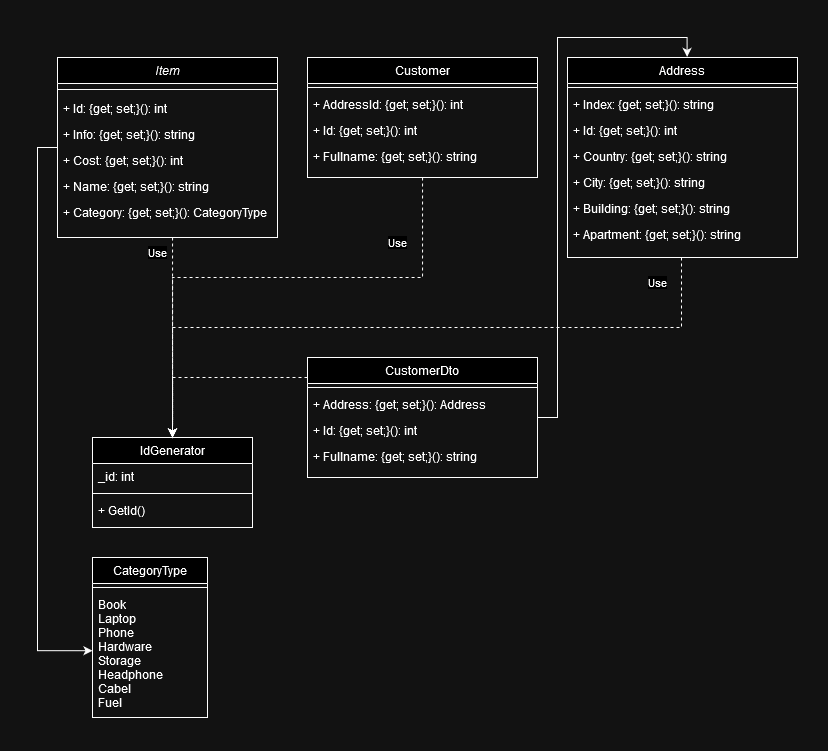
The draw.io diagram ClassDiagram.drawio.png in antoniocra04/oop-backend, before a commit. Source tidied: cells renumbered, new cells last; positions are measured from the earlier drawing's top-left corner, leaving out a move shared by most shapes.
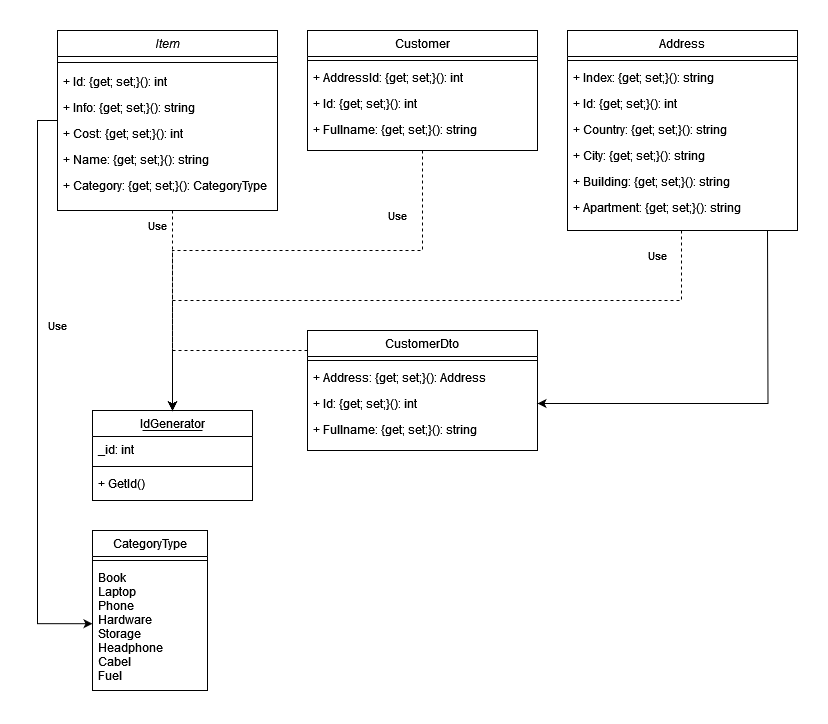
After the change.

Diff of the diagram source:
```diff
@@ -34,6 +34,12 @@
     <mxCell id="10" value="IdGenerator" style="swimlane;fontStyle=0;align=center;verticalAlign=top;horizontal=1;startSize=26;rounded=0;shadow=0;strokeWidth=1;" parent="1" vertex="1">
       <mxGeometry x="55" y="400" width="160" height="90" as="geometry" />
     </mxCell>
+    <mxCell id="43" style="endArrow=none;html=1;rounded=0;" parent="10" edge="1">
+      <mxGeometry relative="1" as="geometry">
+        <mxPoint x="50" y="20" as="sourcePoint" />
+        <mxPoint x="110" y="20" as="targetPoint" />
+      </mxGeometry>
+    </mxCell>
     <mxCell id="11" value="_id: int" style="text;align=left;verticalAlign=top;spacingLeft=4;spacingRight=4;overflow=hidden;" parent="10" vertex="1">
       <mxGeometry y="26" width="160" height="26" as="geometry" />
     </mxCell>
@@ -74,6 +80,11 @@
     <mxCell id="21" value="Use" style="text;html=1;align=center;verticalAlign=middle;strokeColor=none;fillColor=none;fontFamily=Helvetica;fontSize=11;fontColor=default;labelBackgroundColor=default;" parent="1" vertex="1">
       <mxGeometry x="100" y="200" width="40" height="30" as="geometry" />
     </mxCell>
+    <mxCell id="44" style="edgeStyle=orthogonalEdgeStyle;rounded=0;jettySize=auto;html=1;entryX=1;entryY=0.5;entryDx=0;entryDy=0;" parent="1" edge="1" target="39">
+      <mxGeometry relative="1" as="geometry">
+        <mxPoint x="730" y="220" as="sourcePoint" />
+      </mxGeometry>
+    </mxCell>
     <mxCell id="22" value="Address" style="swimlane;fontStyle=0;align=center;verticalAlign=top;horizontal=1;startSize=26;rounded=0;shadow=0;strokeWidth=1;" parent="1" vertex="1">
       <mxGeometry x="530" y="20" width="230" height="200" as="geometry" />
     </mxCell>
@@ -144,15 +155,6 @@
     <mxCell id="40" value="+ Fullname: {get; set;}(): string" style="text;align=left;verticalAlign=top;spacingLeft=4;spacingRight=4;overflow=hidden;rounded=0;shadow=0;html=0;" parent="36" vertex="1">
       <mxGeometry y="86" width="230" height="26" as="geometry" />
     </mxCell>
-    <mxCell id="41" style="edgeStyle=orthogonalEdgeStyle;rounded=0;jettySize=auto;html=1;entryX=0.52;entryY=-0.003;entryDx=0;entryDy=0;entryPerimeter=0;" parent="1" edge="1" source="36" target="22">
-      <mxGeometry relative="1" as="geometry">
-        <Array as="points">
-          <mxPoint x="520" y="380" />
-          <mxPoint x="520" />
-          <mxPoint x="650" />
-        </Array>
-      </mxGeometry>
-    </mxCell>
     <object id="42" label="" placeholders="1">
       <mxCell style="edgeStyle=orthogonalEdgeStyle;dashed=1;rounded=0;jettySize=auto;html=1;strokeColor=default;align=center;verticalAlign=middle;fontFamily=Helvetica;fontSize=11;fontColor=default;labelBackgroundColor=default;endArrow=classic;entryX=0.5;entryY=0;entryDx=0;entryDy=0;" parent="1" edge="1" target="10">
         <mxGeometry relative="1" as="geometry">
@@ -163,5 +165,8 @@
         </mxGeometry>
       </mxCell>
     </object>
+    <mxCell id="45" value="Use" style="text;html=1;align=center;verticalAlign=middle;strokeColor=none;fillColor=none;fontFamily=Helvetica;fontSize=11;fontColor=default;labelBackgroundColor=default;" parent="1" vertex="1">
+      <mxGeometry y="300" width="40" height="30" as="geometry" />
+    </mxCell>
   </root>
 </mxGraphModel>
```
